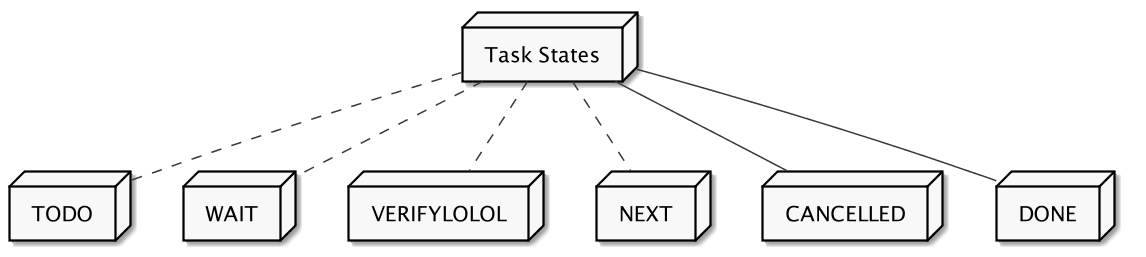
Before: config/images/task_states.png, a diagram exported from PlantUML (fabrik42/.spacemacs.d).
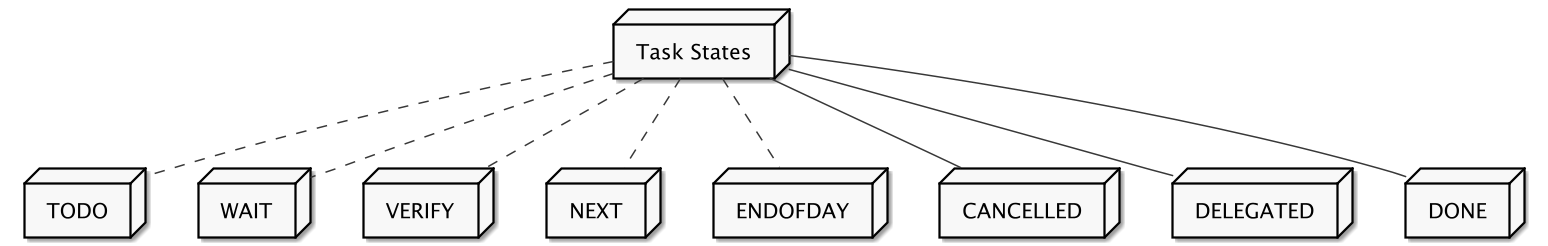
The same file after the commit.

What changed in the source:
```diff
@@ -13,21 +13,29 @@
     WAIT
   ]
   node state3 [
-   VERIFYLOLOL
+   VERIFY
   ]
   node state4 [
    NEXT
   ]
   node state5 [
+   ENDOFDAY
+  ]
+  node state6 [
     CANCELLED
   ]
-  node state6 [
+  node state7 [
+    DELEGATED
+  ]
+  node state8 [
     DONE
   ]
   task .. state1
   task .. state2
   task .. state3
   task .. state4
-  task -- state5
+  task .. state5
   task -- state6
+  task -- state7
+  task -- state8
 @enduml
```
